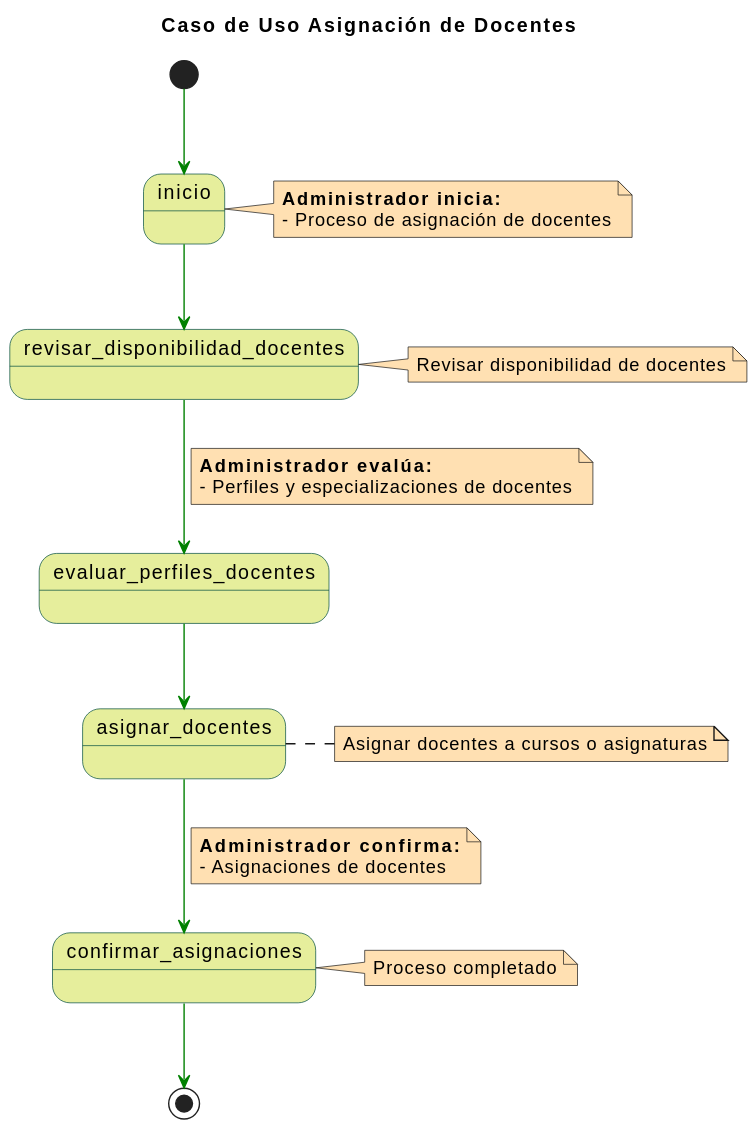
Earlier version of the PlantUML export imagenes/Casos de Uso/Detalle de Asignacion de Docentes.svg (mmasias/23-24-IdSw1-SDR). Source of this version:
```plantuml
@startuml
skinparam state {
  BackgroundColor #e6ee9c
  BorderColor #004d40
}

skinparam note {
  BackgroundColor #ffe0b2
}

skinparam linetype polyline

title Caso de Uso Asignación de Docentes

[*] -[#green]-> inicio
note right of inicio
  **Administrador inicia:**
  - Proceso de asignación de docentes
end note

inicio -[#green]-> revisar_disponibilidad_docentes
note right of revisar_disponibilidad_docentes
  Revisar disponibilidad de docentes
end note

revisar_disponibilidad_docentes -[#green]-> evaluar_perfiles_docentes
note on link
  **Administrador evalúa:**
  - Perfiles y especializaciones de docentes
end note

evaluar_perfiles_docentes -[#green]-> asignar_docentes
note right of asignar_docentes
  Asignar docentes a cursos o asignaturas
end note

asignar_docentes -[#green]-> confirmar_asignaciones
note on link
  **Administrador confirma:**
  - Asignaciones de docentes
end note

confirmar_asignaciones -[#green]-> [*]
note right of confirmar_asignaciones
  Proceso completado
end note
@enduml
```
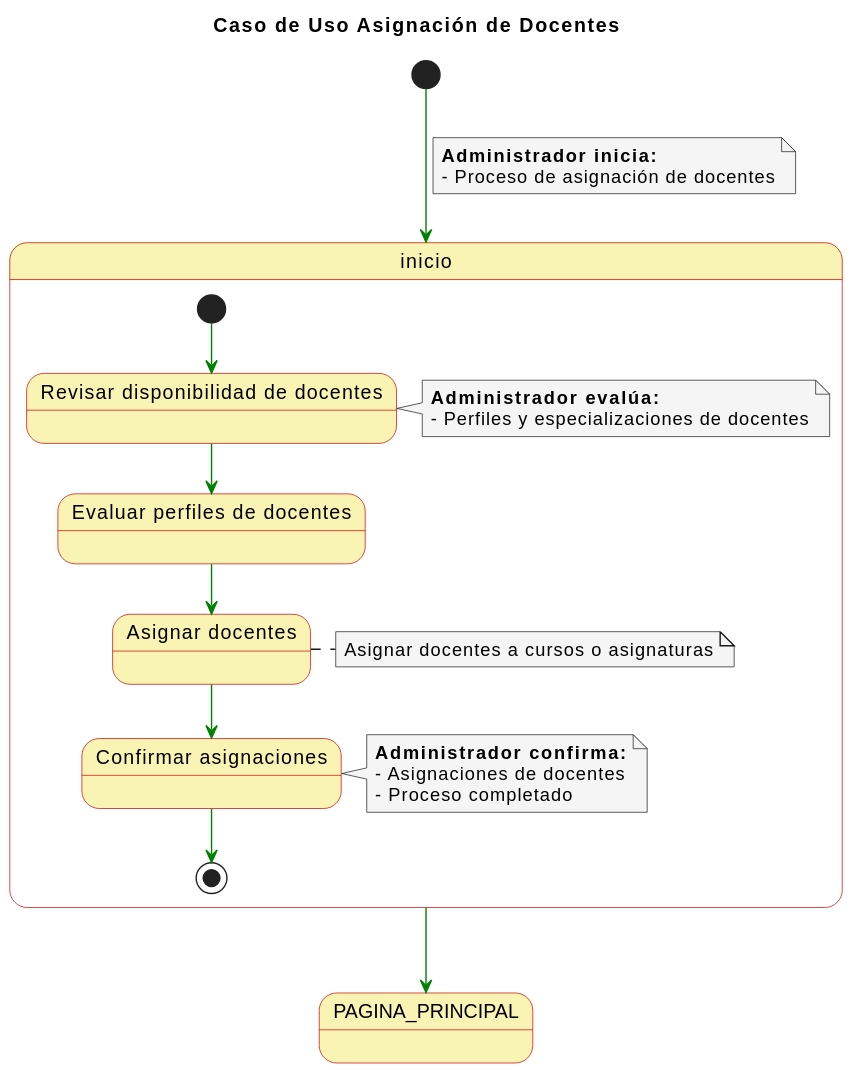
After the commit.

The edit, as a diff of the source:
```diff
@@ -1,11 +1,11 @@
 @startuml
 skinparam state {
-  BackgroundColor #e6ee9c
-  BorderColor #004d40
+  BackgroundColor #faf4b4
+  BorderColor #c90000
 }
 
 skinparam note {
-  BackgroundColor #ffe0b2
+  BackgroundColor #f5f5f5
 }
 
 skinparam linetype polyline
@@ -13,35 +13,35 @@
 title Caso de Uso Asignación de Docentes
 
 [*] -[#green]-> inicio
-note right of inicio
+note on link
   **Administrador inicia:**
   - Proceso de asignación de docentes
 end note
 
-inicio -[#green]-> revisar_disponibilidad_docentes
-note right of revisar_disponibilidad_docentes
-  Revisar disponibilidad de docentes
-end note
+state inicio {
+  state "Revisar disponibilidad de docentes" as state1
+  state "Evaluar perfiles de docentes" as state2
+  state "Asignar docentes" as state3
+  state "Confirmar asignaciones" as state4
 
-revisar_disponibilidad_docentes -[#green]-> evaluar_perfiles_docentes
-note on link
-  **Administrador evalúa:**
-  - Perfiles y especializaciones de docentes
-end note
+  [*] -[#green]-> state1
+  note right of state1
+    **Administrador evalúa:**
+    - Perfiles y especializaciones de docentes
+  end note
+  state1 -[#green]-> state2
+  state2 -[#green]-> state3
+  note right of state3
+    Asignar docentes a cursos o asignaturas
+  end note
+  state3 -[#green]-> state4
+  note right of state4
+    **Administrador confirma:**
+    - Asignaciones de docentes
+    - Proceso completado
+  end note
+  state4 -[#green]-> [*]
+}
 
-evaluar_perfiles_docentes -[#green]-> asignar_docentes
-note right of asignar_docentes
-  Asignar docentes a cursos o asignaturas
-end note
-
-asignar_docentes -[#green]-> confirmar_asignaciones
-note on link
-  **Administrador confirma:**
-  - Asignaciones de docentes
-end note
-
-confirmar_asignaciones -[#green]-> [*]
-note right of confirmar_asignaciones
-  Proceso completado
-end note
+inicio -[#green]-> PAGINA_PRINCIPAL
 @enduml
```
